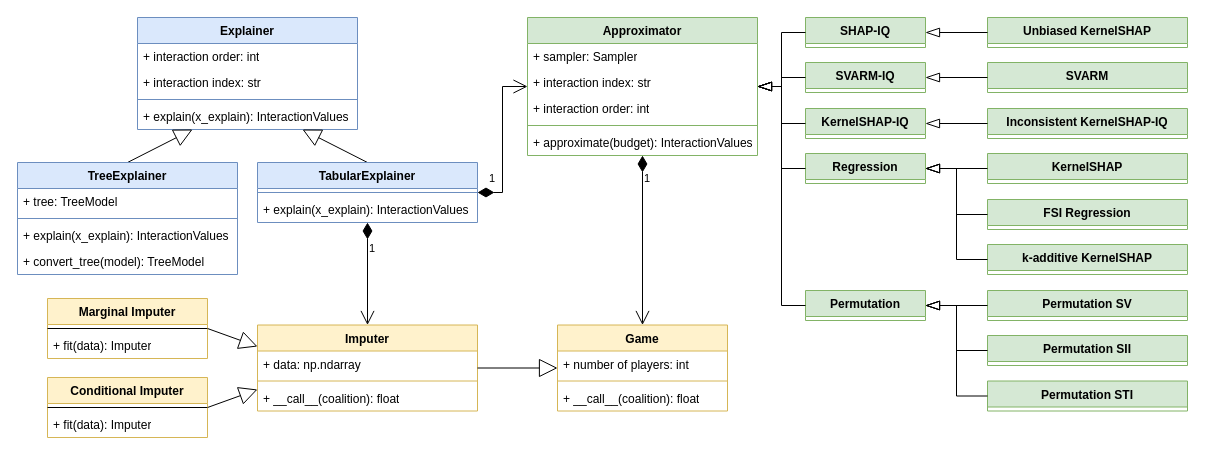
Before: illustration_sources/uml_shapiq.drawio in FabianK-Dev/shapiq, a draw.io diagram. Source tidied: cells renumbered, new cells numbered last; positions are measured from the earlier drawing's top-left corner, leaving out a move shared by most shapes. Both pictures are drawn from the tidied source at 100%, with x=0, y=0 at pixel (17, 17).
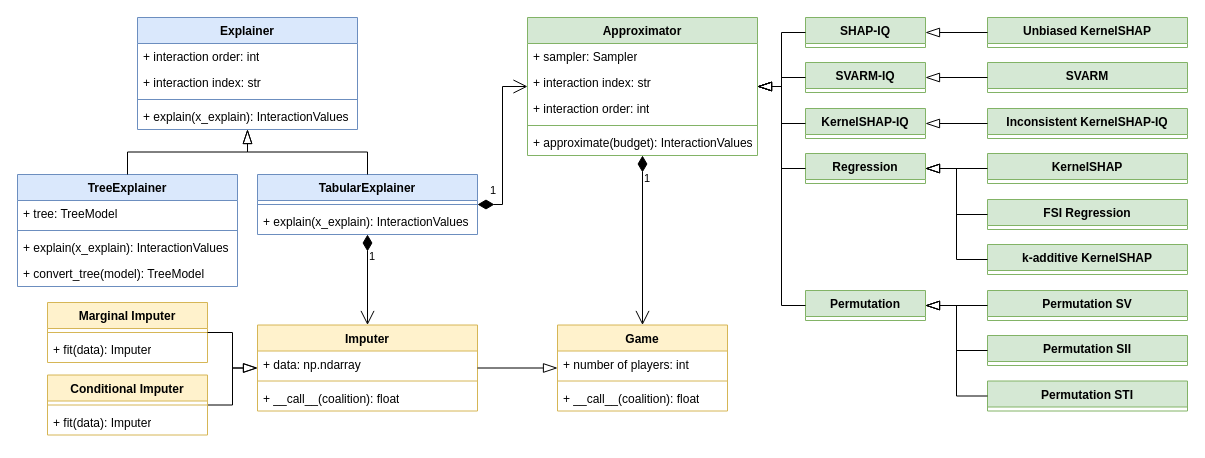
The same page after the edit.

The change refers to these unchanged cells:
```xml
<mxCell id="2" value="Explainer" style="swimlane;fontStyle=1;align=center;verticalAlign=top;horizontal=1;startSize=26;whiteSpace=wrap;html=1;fillColor=#dae8fc;strokeColor=#6c8ebf;" parent="1" vertex="1">
  <mxGeometry x="120" width="220" height="112" as="geometry" />
</mxCell>
<mxCell id="7" value="Imputer" style="swimlane;fontStyle=1;align=center;verticalAlign=top;horizontal=1;startSize=26;whiteSpace=wrap;html=1;fillColor=#fff2cc;strokeColor=#d6b656;" parent="1" vertex="1">
  <mxGeometry x="240" y="307.5" width="220" height="86" as="geometry" />
</mxCell>
<mxCell id="35" value="Game" style="swimlane;fontStyle=1;align=center;verticalAlign=top;horizontal=1;startSize=26;whiteSpace=wrap;html=1;fillColor=#fff2cc;strokeColor=#d6b656;" parent="1" vertex="1">
  <mxGeometry x="540" y="307.5" width="170" height="86" as="geometry" />
</mxCell>
```

The edit, as a diff of the source:
```diff
@@
-    <mxCell id="17" style="endArrow=block;endSize=16;endFill=0;html=1;rounded=0;entryX=0;entryY=0.25;entryDx=0;entryDy=0;exitX=1;exitY=0.5;exitDx=0;exitDy=0;" parent="1" edge="1" source="48" target="7">
-      <mxGeometry relative="1" as="geometry" />
-    </mxCell>
-    <mxCell id="18" style="endArrow=block;endSize=16;endFill=0;html=1;rounded=0;exitX=1;exitY=0.5;exitDx=0;exitDy=0;entryX=0;entryY=0.75;entryDx=0;entryDy=0;" parent="1" edge="1" source="49" target="7">
-      <mxGeometry relative="1" as="geometry" />
-    </mxCell>
-    <mxCell id="19" style="endArrow=block;endSize=16;endFill=0;html=1;rounded=0;exitX=0.5;exitY=0;exitDx=0;exitDy=0;entryX=0.25;entryY=1;entryDx=0;entryDy=0;" parent="1" edge="1" source="40" target="2">
-      <mxGeometry relative="1" as="geometry" />
-    </mxCell>
-    <mxCell id="20" style="endArrow=block;endSize=16;endFill=0;html=1;rounded=0;exitX=0.5;exitY=0;exitDx=0;exitDy=0;entryX=0.75;entryY=1;entryDx=0;entryDy=0;" parent="1" edge="1" source="45" target="2">
-      <mxGeometry relative="1" as="geometry" />
-    </mxCell>
@@
-    <mxCell id="39" style="endArrow=block;endSize=16;endFill=0;html=1;rounded=0;exitX=1;exitY=0.5;exitDx=0;exitDy=0;entryX=0;entryY=0.5;entryDx=0;entryDy=0;" parent="1" edge="1" source="7" target="35">
-      <mxGeometry relative="1" as="geometry" />
-    </mxCell>
     <mxCell id="40" value="TreeExplainer" style="swimlane;fontStyle=1;align=center;verticalAlign=top;horizontal=1;startSize=26;whiteSpace=wrap;html=1;fillColor=#dae8fc;strokeColor=#6c8ebf;" parent="1" vertex="1">
-      <mxGeometry y="145" width="220" height="112" as="geometry" />
+      <mxGeometry y="157" width="220" height="112" as="geometry" />
     </mxCell>
@@
     <mxCell id="45" value="TabularExplainer" style="swimlane;fontStyle=1;align=center;verticalAlign=top;horizontal=1;startSize=26;whiteSpace=wrap;html=1;fillColor=#dae8fc;strokeColor=#6c8ebf;" parent="1" vertex="1">
-      <mxGeometry x="240" y="145" width="220" height="60" as="geometry" />
+      <mxGeometry x="240" y="157" width="220" height="60" as="geometry" />
     </mxCell>
@@
-    <mxCell id="48" value="Marginal Imputer" style="swimlane;fontStyle=1;align=center;verticalAlign=top;horizontal=1;startSize=26;whiteSpace=wrap;html=1;fillColor=#fff2cc;strokeColor=#d6b656;" parent="1" vertex="1">
-      <mxGeometry x="30" y="281" width="160" height="60" as="geometry" />
-    </mxCell>
-    <mxCell id="49" value="Conditional Imputer" style="swimlane;fontStyle=1;align=center;verticalAlign=top;horizontal=1;startSize=26;whiteSpace=wrap;html=1;fillColor=#fff2cc;strokeColor=#d6b656;" parent="1" vertex="1">
-      <mxGeometry x="30" y="360" width="160" height="60" as="geometry" />
-    </mxCell>
-    <mxCell id="50" style="line;strokeWidth=1;fillColor=none;align=left;verticalAlign=middle;spacingTop=-1;spacingLeft=3;spacingRight=3;labelPosition=right;strokeColor=inherit;" parent="1" vertex="1">
-      <mxGeometry x="30" y="307" width="160" height="8" as="geometry" />
-    </mxCell>
-    <mxCell id="51" value="+ fit(data): Imputer" style="text;strokeColor=none;fillColor=none;align=left;verticalAlign=top;spacingLeft=4;spacingRight=4;overflow=hidden;whiteSpace=wrap;html=1;" parent="1" vertex="1">
-      <mxGeometry x="30" y="315" width="160" height="26" as="geometry" />
-    </mxCell>
-    <mxCell id="52" style="line;strokeWidth=1;fillColor=none;align=left;verticalAlign=middle;spacingTop=-1;spacingLeft=3;spacingRight=3;labelPosition=right;strokeColor=inherit;" parent="1" vertex="1">
-      <mxGeometry x="30" y="386" width="160" height="8" as="geometry" />
-    </mxCell>
-    <mxCell id="53" value="+ fit(data): Imputer" style="text;strokeColor=none;fillColor=none;align=left;verticalAlign=top;spacingLeft=4;spacingRight=4;overflow=hidden;whiteSpace=wrap;html=1;" parent="1" vertex="1">
-      <mxGeometry x="30" y="394" width="160" height="26" as="geometry" />
-    </mxCell>
@@
+    <mxCell id="18" style="endArrow=blockThin;html=1;endSize=12;startArrow=none;startSize=14;startFill=0;edgeStyle=orthogonalEdgeStyle;align=left;verticalAlign=bottom;rounded=0;endFill=0;entryX=0;entryY=0.5;entryDx=0;entryDy=0;exitX=1;exitY=0.5;exitDx=0;exitDy=0;" parent="1" edge="1" source="49" target="7">
+      <mxGeometry x="-0.87" y="5" relative="1" as="geometry" />
+    </mxCell>
+    <mxCell id="48" value="Marginal Imputer" style="swimlane;fontStyle=1;align=center;verticalAlign=top;horizontal=1;startSize=26;whiteSpace=wrap;html=1;fillColor=#fff2cc;strokeColor=#d6b656;" parent="1" vertex="1">
+      <mxGeometry x="30" y="285" width="160" height="60" as="geometry" />
+    </mxCell>
+    <mxCell id="71" style="line;strokeWidth=1;fillColor=none;align=left;verticalAlign=middle;spacingTop=-1;spacingLeft=3;spacingRight=3;labelPosition=right;strokeColor=inherit;" parent="48" vertex="1">
+      <mxGeometry y="26" width="160" height="8" as="geometry" />
+    </mxCell>
+    <mxCell id="72" value="+ fit(data): Imputer" style="text;strokeColor=none;fillColor=none;align=left;verticalAlign=top;spacingLeft=4;spacingRight=4;overflow=hidden;whiteSpace=wrap;html=1;" parent="48" vertex="1">
+      <mxGeometry y="34" width="160" height="26" as="geometry" />
+    </mxCell>
+    <mxCell id="49" value="Conditional Imputer" style="swimlane;fontStyle=1;align=center;verticalAlign=top;horizontal=1;startSize=26;whiteSpace=wrap;html=1;fillColor=#fff2cc;strokeColor=#d6b656;" parent="1" vertex="1">
+      <mxGeometry x="30" y="357.5" width="160" height="60" as="geometry" />
+    </mxCell>
+    <mxCell id="73" style="line;strokeWidth=1;fillColor=none;align=left;verticalAlign=middle;spacingTop=-1;spacingLeft=3;spacingRight=3;labelPosition=right;strokeColor=inherit;" parent="49" vertex="1">
+      <mxGeometry y="26" width="160" height="8" as="geometry" />
+    </mxCell>
+    <mxCell id="74" value="+ fit(data): Imputer" style="text;strokeColor=none;fillColor=none;align=left;verticalAlign=top;spacingLeft=4;spacingRight=4;overflow=hidden;whiteSpace=wrap;html=1;" parent="49" vertex="1">
+      <mxGeometry y="34" width="160" height="26" as="geometry" />
+    </mxCell>
+    <mxCell id="17" style="endArrow=blockThin;html=1;endSize=12;startArrow=none;startSize=14;startFill=0;edgeStyle=orthogonalEdgeStyle;align=left;verticalAlign=bottom;rounded=0;endFill=0;entryX=0;entryY=0.5;entryDx=0;entryDy=0;exitX=1;exitY=0.5;exitDx=0;exitDy=0;" parent="1" edge="1" source="48" target="7">
+      <mxGeometry x="-0.87" y="5" relative="1" as="geometry" />
+    </mxCell>
+    <mxCell id="19" style="endArrow=blockThin;html=1;endSize=12;startArrow=none;startSize=14;startFill=0;edgeStyle=orthogonalEdgeStyle;align=left;verticalAlign=bottom;rounded=0;endFill=0;entryX=0.5;entryY=1;entryDx=0;entryDy=0;" parent="1" edge="1" source="40" target="2">
+      <mxGeometry x="-0.87" y="5" relative="1" as="geometry" />
+    </mxCell>
+    <mxCell id="20" style="endArrow=blockThin;html=1;endSize=12;startArrow=none;startSize=14;startFill=0;edgeStyle=orthogonalEdgeStyle;align=left;verticalAlign=bottom;rounded=0;endFill=0;entryX=0.5;entryY=1;entryDx=0;entryDy=0;exitX=0.5;exitY=0;exitDx=0;exitDy=0;" parent="1" edge="1" source="45" target="2">
+      <mxGeometry x="-0.87" y="5" relative="1" as="geometry" />
+    </mxCell>
+    <mxCell id="39" style="endArrow=blockThin;html=1;endSize=12;startArrow=none;startSize=14;startFill=0;edgeStyle=orthogonalEdgeStyle;align=left;verticalAlign=bottom;rounded=0;endFill=0;exitX=1;exitY=0.5;exitDx=0;exitDy=0;entryX=0;entryY=0.5;entryDx=0;entryDy=0;" parent="1" edge="1" source="7" target="35">
+      <mxGeometry x="-0.87" y="5" relative="1" as="geometry" />
+    </mxCell>
```
